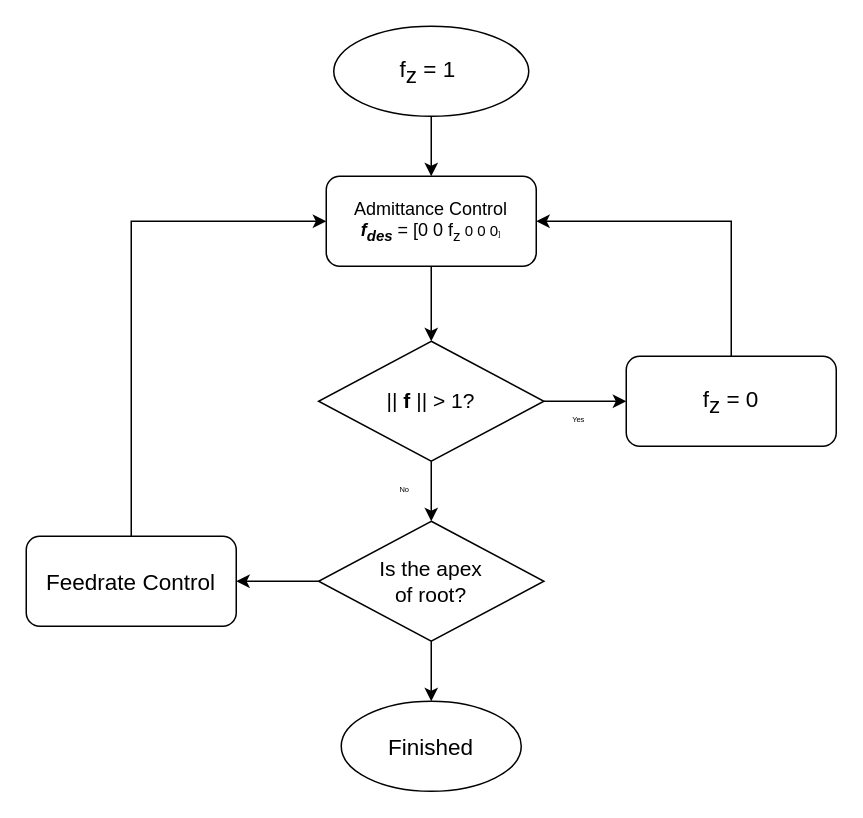
Before: 009YiChan/Chan's thesis/Images/Original/torque_control_motion_planning.drawio in yichan0428/MS_thesis, a draw.io diagram. Source tidied: cells renumbered, new cells numbered last; positions are measured from the earlier drawing's top-left corner, leaving out a move shared by most shapes. Both pictures are drawn from the tidied source at 150%, with x=0, y=0 at pixel (26, 26).
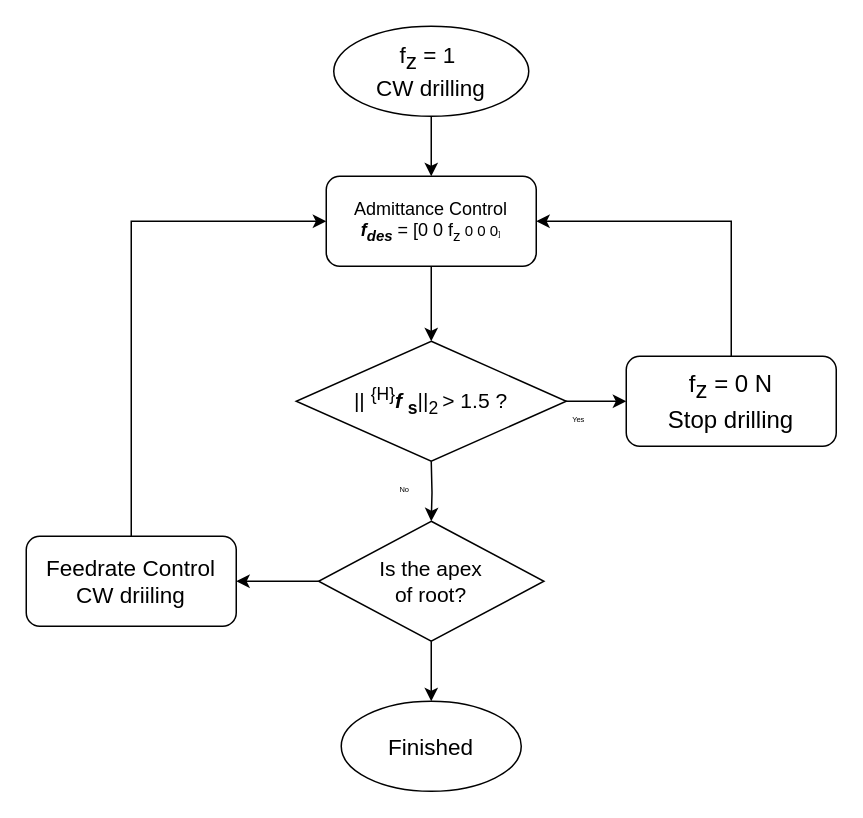
The same page after the edit.

Unchanged cells that the change refers to:
```xml
<mxCell id="5" value="Admittance Control&lt;br&gt;&lt;i&gt;&lt;b&gt;f&lt;sub&gt;des&lt;/sub&gt;&lt;/b&gt;&lt;/i&gt;&amp;nbsp;= [0 0 f&lt;sub&gt;z&lt;/sub&gt;&lt;span style=&quot;font-size: 10px&quot;&gt;&amp;nbsp;0 0 0&lt;/span&gt;&lt;span style=&quot;font-size: 5px&quot;&gt;]&lt;/span&gt;" style="rounded=1;whiteSpace=wrap;html=1;" parent="1" vertex="1">
  <mxGeometry x="200" y="100" width="140" height="60" as="geometry" />
</mxCell>
<mxCell id="17" value="&lt;span style=&quot;font-size: 14px&quot;&gt;Is the apex &lt;br&gt;of root?&lt;/span&gt;" style="rhombus;whiteSpace=wrap;html=1;" parent="1" vertex="1">
  <mxGeometry x="194.9" y="330" width="150.2" height="80" as="geometry" />
</mxCell>
```

Change to the diagram source:
```diff
@@
-    <mxCell id="3" value="&lt;span style=&quot;font-size: 15px;&quot;&gt;f&lt;sub style=&quot;font-size: 15px;&quot;&gt;z&lt;/sub&gt;&lt;/span&gt;&lt;span style=&quot;font-size: 15px;&quot;&gt;&amp;nbsp;= 1&amp;nbsp;&lt;/span&gt;" style="ellipse;whiteSpace=wrap;html=1;fontSize=15;" parent="1" vertex="1">
+    <mxCell id="3" value="&lt;span style=&quot;font-size: 15px&quot;&gt;f&lt;sub style=&quot;font-size: 15px&quot;&gt;z&lt;/sub&gt;&lt;/span&gt;&lt;span style=&quot;font-size: 15px&quot;&gt;&amp;nbsp;= 1&amp;nbsp;&lt;br&gt;CW drilling&lt;br&gt;&lt;/span&gt;" style="ellipse;whiteSpace=wrap;html=1;fontSize=15;" parent="1" vertex="1">
       <mxGeometry x="205" width="130" height="60" as="geometry" />
     </mxCell>
-    <mxCell id="4" style="edgeStyle=orthogonalEdgeStyle;rounded=0;jettySize=auto;html=1;exitX=0.5;exitY=1;exitDx=0;exitDy=0;entryX=0.5;entryY=0;entryDx=0;entryDy=0;" parent="1" edge="1" source="5" target="10">
-      <mxGeometry relative="1" as="geometry" />
+    <mxCell id="4" style="edgeStyle=orthogonalEdgeStyle;rounded=0;jettySize=auto;html=1;exitX=0.5;exitY=1;exitDx=0;exitDy=0;entryX=0.5;entryY=0;entryDx=0;entryDy=0;" parent="1" edge="1" source="5">
+      <mxGeometry relative="1" as="geometry">
+        <mxPoint x="270" y="210" as="targetPoint" />
+      </mxGeometry>
     </mxCell>
@@
-    <mxCell id="7" value="Feedrate Control" style="rounded=1;whiteSpace=wrap;html=1;fontSize=15;" parent="1" vertex="1">
+    <mxCell id="7" value="Feedrate Control&lt;br&gt;CW driiling" style="rounded=1;whiteSpace=wrap;html=1;fontSize=15;" parent="1" vertex="1">
       <mxGeometry y="340" width="140" height="60" as="geometry" />
     </mxCell>
-    <mxCell id="8" style="edgeStyle=orthogonalEdgeStyle;rounded=0;jettySize=auto;html=1;exitX=1;exitY=0.5;exitDx=0;exitDy=0;" parent="1" edge="1" source="10" target="12">
-      <mxGeometry relative="1" as="geometry" />
+    <mxCell id="8" style="edgeStyle=orthogonalEdgeStyle;rounded=0;orthogonalLoop=1;jettySize=auto;html=1;exitX=1;exitY=0.5;exitDx=0;exitDy=0;" parent="1" edge="1">
+      <mxGeometry relative="1" as="geometry">
+        <mxPoint x="345.1" y="250" as="sourcePoint" />
+        <mxPoint x="400" y="250" as="targetPoint" />
+      </mxGeometry>
     </mxCell>
-    <mxCell id="9" style="edgeStyle=orthogonalEdgeStyle;rounded=0;jettySize=auto;html=1;exitX=0.5;exitY=1;exitDx=0;exitDy=0;entryX=0.5;entryY=0;entryDx=0;entryDy=0;" parent="1" edge="1" source="10" target="17">
-      <mxGeometry relative="1" as="geometry" />
+    <mxCell id="9" style="edgeStyle=orthogonalEdgeStyle;rounded=0;jettySize=auto;html=1;exitX=0.5;exitY=1;exitDx=0;exitDy=0;entryX=0.5;entryY=0;entryDx=0;entryDy=0;" parent="1" edge="1" target="17">
+      <mxGeometry relative="1" as="geometry">
+        <mxPoint x="270" y="290" as="sourcePoint" />
+      </mxGeometry>
     </mxCell>
-    <mxCell id="10" value="&lt;font style=&quot;font-size: 14px&quot;&gt;||&amp;nbsp;&lt;b&gt;f&amp;nbsp;&lt;/b&gt;|| &amp;gt; 1?&lt;/font&gt;" style="rhombus;whiteSpace=wrap;html=1;" parent="1" vertex="1">
-      <mxGeometry x="194.9" y="210" width="150.2" height="80" as="geometry" />
-    </mxCell>
-    <mxCell id="11" style="edgeStyle=orthogonalEdgeStyle;rounded=0;jettySize=auto;html=1;exitX=0.5;exitY=0;exitDx=0;exitDy=0;entryX=1;entryY=0.5;entryDx=0;entryDy=0;" parent="1" edge="1" source="12" target="5">
-      <mxGeometry relative="1" as="geometry" />
-    </mxCell>
-    <mxCell id="12" value="&lt;span style=&quot;font-size: 15px;&quot;&gt;f&lt;sub style=&quot;font-size: 15px;&quot;&gt;z&lt;/sub&gt;&lt;/span&gt;&lt;span style=&quot;font-size: 15px;&quot;&gt;&amp;nbsp;= 0&lt;/span&gt;" style="rounded=1;whiteSpace=wrap;html=1;fontSize=15;" parent="1" vertex="1">
-      <mxGeometry x="400" y="220" width="140" height="60" as="geometry" />
-    </mxCell>
@@
+    <mxCell id="19" style="edgeStyle=orthogonalEdgeStyle;rounded=0;jettySize=auto;html=1;exitX=0.5;exitY=0;exitDx=0;exitDy=0;entryX=1;entryY=0.5;entryDx=0;entryDy=0;" parent="1" edge="1" source="20" target="5">
+      <mxGeometry relative="1" as="geometry" />
+    </mxCell>
+    <mxCell id="20" value="&lt;span style=&quot;font-size: 16px;&quot;&gt;f&lt;sub style=&quot;font-size: 16px;&quot;&gt;z&lt;/sub&gt;&lt;/span&gt;&lt;span style=&quot;font-size: 16px;&quot;&gt;&amp;nbsp;= 0 N&lt;br style=&quot;font-size: 16px;&quot;&gt;Stop drilling&lt;br style=&quot;font-size: 16px;&quot;&gt;&lt;/span&gt;" style="rounded=1;whiteSpace=wrap;html=1;fontSize=16;" parent="1" vertex="1">
+      <mxGeometry x="400" y="220" width="140" height="60" as="geometry" />
+    </mxCell>
+    <mxCell id="21" value="&lt;font style=&quot;font-size: 14px&quot;&gt;|| &lt;sup&gt;{H}&lt;/sup&gt;&lt;b&gt;&lt;i&gt;f&lt;/i&gt;&lt;/b&gt;&lt;/font&gt;&lt;font&gt;&lt;b style=&quot;font-size: 14px&quot;&gt;&amp;nbsp;&lt;sub&gt;s&lt;/sub&gt;&lt;/b&gt;&lt;span style=&quot;font-size: 14px&quot;&gt;||&lt;sub&gt;2&lt;/sub&gt;&lt;/span&gt;&lt;span style=&quot;font-size: 11.6667px&quot;&gt;&lt;sub&gt;&amp;nbsp;&lt;/sub&gt;&lt;/span&gt;&lt;span style=&quot;font-size: 14px&quot;&gt;&amp;gt; 1.5 ?&lt;/span&gt;&lt;/font&gt;" style="rhombus;whiteSpace=wrap;html=1;" parent="1" vertex="1">
+      <mxGeometry x="180" y="210" width="180" height="80" as="geometry" />
+    </mxCell>
```
